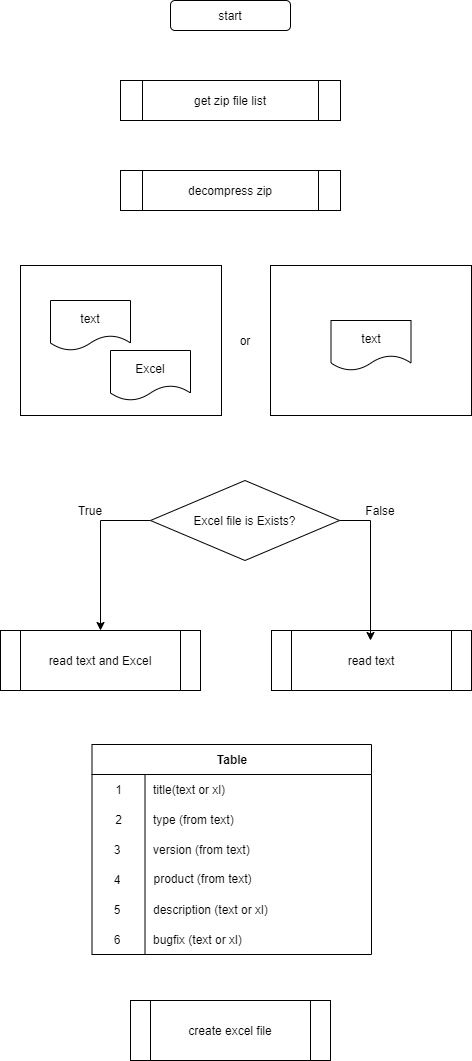
Above: image.drawio.png in kekosh/notisumma (draw.io), before the change. Source tidied: cells renumbered, new cells last; positions are measured from the earlier drawing's top-left corner, leaving out a move shared by most shapes.
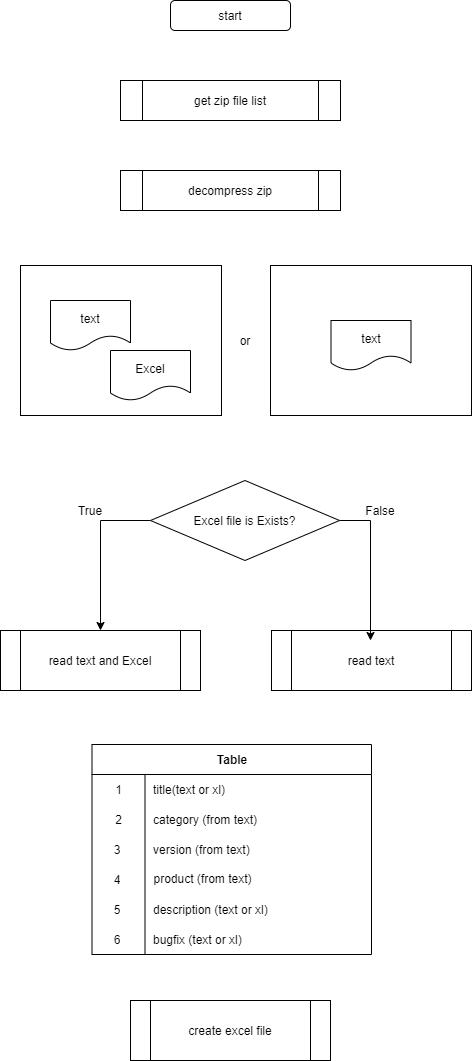
After the change.

Change to the diagram source:
```diff
@@ -50,7 +50,7 @@
     <mxCell id="17" value="2" style="shape=partialRectangle;html=1;whiteSpace=wrap;fillColor=none;top=0;left=0;bottom=0;right=0;overflow=hidden;" parent="16" vertex="1">
       <mxGeometry width="53" height="30" as="geometry" />
     </mxCell>
-    <mxCell id="18" value="type (from text)" style="shape=partialRectangle;html=1;whiteSpace=wrap;fillColor=none;top=0;left=0;bottom=0;right=0;align=left;spacingLeft=6;overflow=hidden;" parent="16" vertex="1">
+    <mxCell id="18" value="category (from text)" style="shape=partialRectangle;html=1;whiteSpace=wrap;fillColor=none;top=0;left=0;bottom=0;right=0;align=left;spacingLeft=6;overflow=hidden;" parent="16" vertex="1">
       <mxGeometry x="53" width="227" height="30" as="geometry" />
     </mxCell>
     <mxCell id="19" value="3" style="shape=partialRectangle;html=1;whiteSpace=wrap;fillColor=none;top=0;left=0;bottom=0;right=0;overflow=hidden;" parent="1" vertex="1">
```
